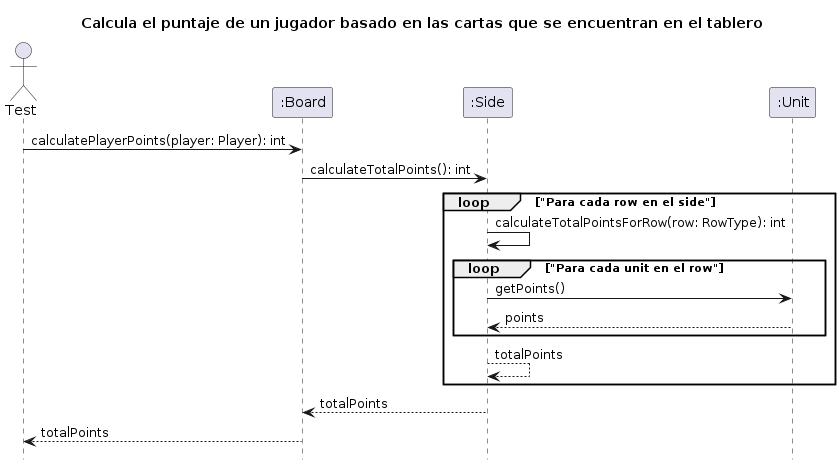
This is seq1/DiagramaDeSecuencia1.png from Yonhir/algo3_proyecto_base_tp2, a PlantUML export, as it was before one commit. The source it was exported from:
```plantuml
@startuml DiagramaDeSecuencia1

hide footbox

title: Calcula el puntaje de un jugador basado en las cartas que se encuentran en el tablero

actor Test as test

participant ":Board" as board
participant ":Side" as side
participant ":Unit" as unit


test -> board : calculatePlayerPoints(player: Player): int
board -> side : calculateTotalPoints(): int

loop "Para cada row en el side"
    side -> side : calculateTotalPointsForRow(row: RowType): int

    loop "Para cada unit en el row"
        side -> unit : getPoints()
        unit --> side : points
    end
    side --> side : totalPoints
end

side --> board : totalPoints

board --> test : totalPoints

@enduml
```
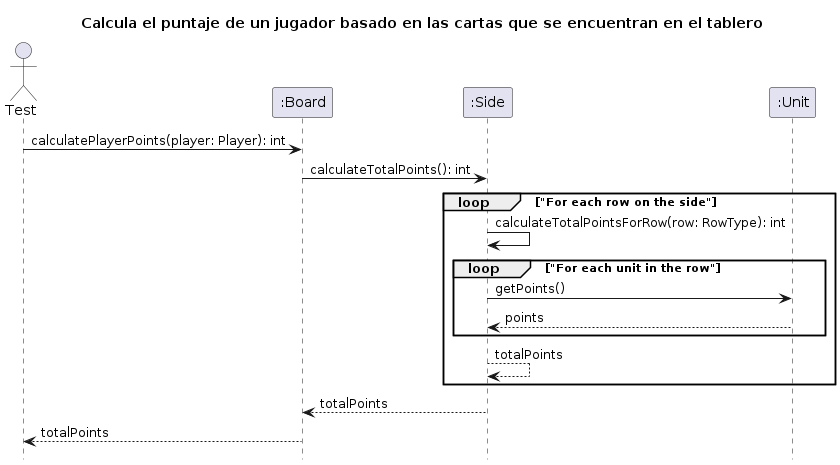
Above is the later version.

Commit message:
mensajes de los loops en inglés

Change to the diagram source:
```diff
@@ -14,10 +14,10 @@
 test -> board : calculatePlayerPoints(player: Player): int
 board -> side : calculateTotalPoints(): int
 
-loop "Para cada row en el side"
+loop "For each row on the side"
     side -> side : calculateTotalPointsForRow(row: RowType): int
 
-    loop "Para cada unit en el row"
+    loop "For each unit in the row"
         side -> unit : getPoints()
         unit --> side : points
     end
```
